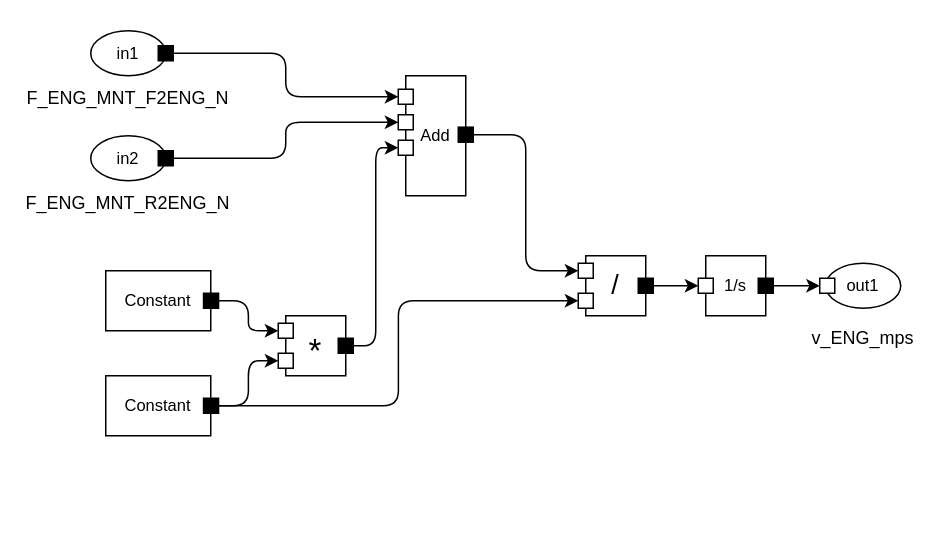
This is page "v_z_carbody" (4 of 9) of METI_Vertical_Vibration.drawio from rellab/JuliaMBD-experiment, a draw.io file, before an edit. Source tidied: cells renumbered, new cells numbered last; positions are measured from the earlier drawing's top-left corner, leaving out a move shared by most shapes. Both pictures are drawn from the tidied source at 150%, with x=0, y=0 at pixel (82, 30).
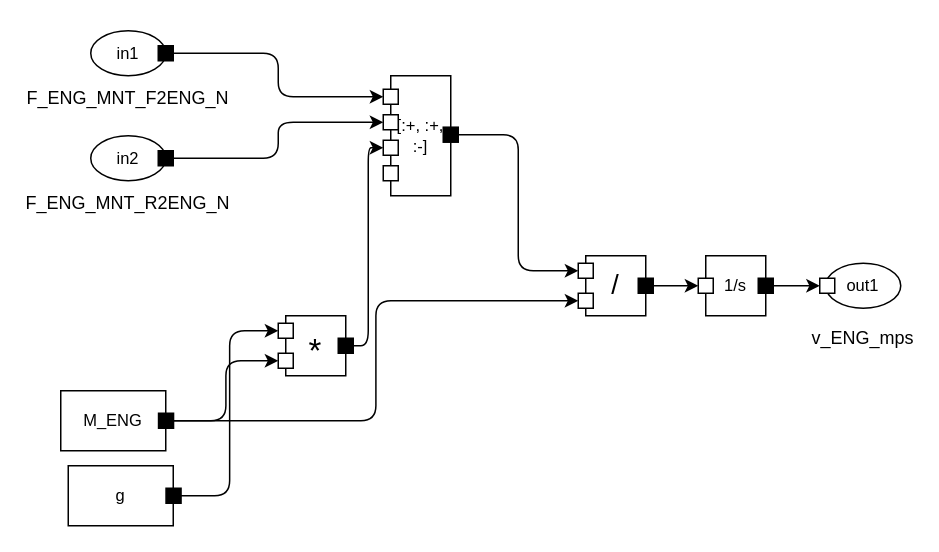
After the change.

Unchanged cells that the change refers to:
```xml
<mxCell id="12" value="&lt;p style=&quot;line-height: 100%;&quot;&gt;&lt;br&gt;&lt;/p&gt;" style="whiteSpace=wrap;html=1;snapToPoint=1;points=[[0,0.5,0,0,0]];noLabel=0;overflow=visible;direction=east;" parent="10" vertex="1">
  <mxGeometry x="-5" y="5" width="10" height="10" as="geometry" />
</mxCell>
<mxCell id="13" value="&lt;p style=&quot;line-height: 100%;&quot;&gt;&lt;br&gt;&lt;/p&gt;" style="whiteSpace=wrap;html=1;snapToPoint=1;points=[[0,0.5,0,0,0]];noLabel=0;overflow=visible;direction=east;" parent="10" vertex="1">
  <mxGeometry x="-5" y="25" width="10" height="10" as="geometry" />
</mxCell>
<mxCell id="16" value="&lt;p style=&quot;line-height: 100%;&quot;&gt;&lt;br&gt;&lt;/p&gt;" style="whiteSpace=wrap;html=1;snapToPoint=1;points=[[0,0.5,0,0,0]];noLabel=0;overflow=visible;direction=east;" parent="14" vertex="1">
  <mxGeometry x="-5" y="5" width="10" height="10" as="geometry" />
</mxCell>
<mxCell id="17" value="&lt;p style=&quot;line-height: 100%;&quot;&gt;&lt;br&gt;&lt;/p&gt;" style="whiteSpace=wrap;html=1;snapToPoint=1;points=[[0,0.5,0,0,0]];noLabel=0;overflow=visible;direction=east;" parent="14" vertex="1">
  <mxGeometry x="-5" y="25" width="10" height="10" as="geometry" />
</mxCell>
```

Diff of the diagram source:
```diff
@@
-    <mxCell id="6" value="&lt;font style=&quot;font-size: 11px;&quot;&gt;Constant&lt;/font&gt;" style="whiteSpace=wrap;html=1;fontSize=11;" parent="1" vertex="1">
-      <mxGeometry x="15" y="160" width="70" height="40" as="geometry" />
-    </mxCell>
-    <mxCell id="7" value="&lt;p style=&quot;line-height: 100%;&quot;&gt;&lt;br&gt;&lt;/p&gt;" style="whiteSpace=wrap;html=1;snapToPoint=1;points=[[1,0.5,0,0,0]];noLabel=0;overflow=visible;fillColor=#000000;" parent="6" vertex="1">
-      <mxGeometry x="65.2" y="15" width="10" height="10" as="geometry" />
-    </mxCell>
-    <mxCell id="8" value="&lt;font style=&quot;font-size: 11px;&quot;&gt;Constant&lt;/font&gt;" style="whiteSpace=wrap;html=1;fontSize=11;" parent="1" vertex="1">
-      <mxGeometry x="15" y="230" width="70" height="40" as="geometry" />
-    </mxCell>
-    <mxCell id="9" value="&lt;p style=&quot;line-height: 100%;&quot;&gt;&lt;br&gt;&lt;/p&gt;" style="whiteSpace=wrap;html=1;snapToPoint=1;points=[[1,0.5,0,0,0]];noLabel=0;overflow=visible;fillColor=#000000;" parent="8" vertex="1">
-      <mxGeometry x="65.2" y="15" width="10" height="10" as="geometry" />
-    </mxCell>
@@
-    <mxCell id="18" value="Add" style="rounded=0;whiteSpace=wrap;html=1;fontSize=11;" parent="1" vertex="1">
-      <mxGeometry x="215" y="30" width="40" height="80" as="geometry" />
-    </mxCell>
-    <mxCell id="19" value="&lt;p style=&quot;line-height: 100%;&quot;&gt;&lt;br&gt;&lt;/p&gt;" style="whiteSpace=wrap;html=1;snapToPoint=1;points=[[1,0.5,0,0,0]];noLabel=0;overflow=visible;fillColor=#000000;" parent="18" vertex="1">
-      <mxGeometry x="35" y="34.3" width="10" height="10" as="geometry" />
-    </mxCell>
-    <mxCell id="20" value="&lt;p style=&quot;line-height: 100%;&quot;&gt;&lt;br&gt;&lt;/p&gt;" style="whiteSpace=wrap;html=1;snapToPoint=1;points=[[0,0.5,0,0,0]];noLabel=0;overflow=visible;direction=east;" parent="18" vertex="1">
-      <mxGeometry x="-5" y="9" width="10" height="10" as="geometry" />
-    </mxCell>
-    <mxCell id="21" value="&lt;p style=&quot;line-height: 100%;&quot;&gt;&lt;br&gt;&lt;/p&gt;" style="whiteSpace=wrap;html=1;snapToPoint=1;points=[[0,0.5,0,0,0]];noLabel=0;overflow=visible;direction=east;" parent="18" vertex="1">
-      <mxGeometry x="-5" y="26" width="10" height="10" as="geometry" />
-    </mxCell>
-    <mxCell id="22" value="&lt;p style=&quot;line-height: 100%;&quot;&gt;&lt;br&gt;&lt;/p&gt;" style="whiteSpace=wrap;html=1;snapToPoint=1;points=[[0,0.5,0,0,0]];noLabel=0;overflow=visible;direction=east;" parent="18" vertex="1">
-      <mxGeometry x="-5" y="43" width="10" height="10" as="geometry" />
-    </mxCell>
-    <mxCell id="23" style="edgeStyle=orthogonalEdgeStyle;html=1;exitX=1;exitY=0.5;exitDx=0;exitDy=0;exitPerimeter=0;entryX=0;entryY=0.5;entryDx=0;entryDy=0;entryPerimeter=0;" parent="1" edge="1" source="7" target="12">
-      <mxGeometry relative="1" as="geometry" />
-    </mxCell>
-    <mxCell id="24" style="edgeStyle=orthogonalEdgeStyle;html=1;exitX=1;exitY=0.5;exitDx=0;exitDy=0;exitPerimeter=0;entryX=0;entryY=0.5;entryDx=0;entryDy=0;entryPerimeter=0;" parent="1" edge="1" source="9" target="13">
-      <mxGeometry relative="1" as="geometry" />
-    </mxCell>
@@
-    <mxCell id="28" style="edgeStyle=orthogonalEdgeStyle;html=1;exitX=1;exitY=0.5;exitDx=0;exitDy=0;exitPerimeter=0;entryX=0;entryY=0.5;entryDx=0;entryDy=0;entryPerimeter=0;" parent="1" edge="1" source="19" target="16">
-      <mxGeometry relative="1" as="geometry" />
-    </mxCell>
-    <mxCell id="29" style="edgeStyle=orthogonalEdgeStyle;html=1;exitX=1;exitY=0.5;exitDx=0;exitDy=0;exitPerimeter=0;entryX=0;entryY=0.5;entryDx=0;entryDy=0;entryPerimeter=0;" parent="1" edge="1" source="9" target="17">
-      <mxGeometry relative="1" as="geometry" />
-    </mxCell>
@@
+    <object id="40" label="%value%" placeholders="1" value="g">
+      <mxCell style="whiteSpace=wrap;html=1;fontSize=11;" parent="1" vertex="1">
+        <mxGeometry x="-10" y="290" width="70" height="40" as="geometry" />
+      </mxCell>
+    </object>
+    <mxCell id="41" value="&lt;p style=&quot;line-height: 100%;&quot;&gt;&lt;br&gt;&lt;/p&gt;" style="whiteSpace=wrap;html=1;snapToPoint=1;points=[[1,0.5,0,0,0]];noLabel=0;overflow=visible;fillColor=#000000;" parent="40" vertex="1">
+      <mxGeometry x="65.2" y="15" width="10" height="10" as="geometry" />
+    </mxCell>
+    <mxCell id="42" style="edgeStyle=orthogonalEdgeStyle;html=1;exitX=1;exitY=0.5;exitDx=0;exitDy=0;exitPerimeter=0;entryX=0;entryY=0.5;entryDx=0;entryDy=0;entryPerimeter=0;" parent="1" edge="1" source="41" target="12">
+      <mxGeometry relative="1" as="geometry" />
+    </mxCell>
+    <object id="43" label="%value%" placeholders="1" value="M_ENG">
+      <mxCell style="whiteSpace=wrap;html=1;fontSize=11;" parent="1" vertex="1">
+        <mxGeometry x="-15" y="240" width="70" height="40" as="geometry" />
+      </mxCell>
+    </object>
+    <mxCell id="44" value="&lt;p style=&quot;line-height: 100%;&quot;&gt;&lt;br&gt;&lt;/p&gt;" style="whiteSpace=wrap;html=1;snapToPoint=1;points=[[1,0.5,0,0,0]];noLabel=0;overflow=visible;fillColor=#000000;" parent="43" vertex="1">
+      <mxGeometry x="65.2" y="15" width="10" height="10" as="geometry" />
+    </mxCell>
+    <mxCell id="45" style="edgeStyle=orthogonalEdgeStyle;html=1;exitX=1;exitY=0.5;exitDx=0;exitDy=0;exitPerimeter=0;entryX=0;entryY=0.5;entryDx=0;entryDy=0;entryPerimeter=0;" parent="1" edge="1" source="44" target="13">
+      <mxGeometry relative="1" as="geometry" />
+    </mxCell>
+    <mxCell id="46" style="edgeStyle=orthogonalEdgeStyle;html=1;exitX=1;exitY=0.5;exitDx=0;exitDy=0;exitPerimeter=0;entryX=0;entryY=0.5;entryDx=0;entryDy=0;entryPerimeter=0;" parent="1" edge="1" source="44" target="17">
+      <mxGeometry relative="1" as="geometry" />
+    </mxCell>
+    <object id="47" label="%signs%" placeholders="1" signs="[:+, :+, :-]">
+      <mxCell style="rounded=0;whiteSpace=wrap;html=1;fontSize=11;" parent="1" vertex="1">
+        <mxGeometry x="205" y="30" width="40" height="80" as="geometry" />
+      </mxCell>
+    </object>
+    <mxCell id="19" value="&lt;p style=&quot;line-height: 100%;&quot;&gt;&lt;br&gt;&lt;/p&gt;" style="whiteSpace=wrap;html=1;snapToPoint=1;points=[[1,0.5,0,0,0]];noLabel=0;overflow=visible;fillColor=#000000;" parent="47" vertex="1">
+      <mxGeometry x="35" y="34.3" width="10" height="10" as="geometry" />
+    </mxCell>
+    <mxCell id="20" value="&lt;p style=&quot;line-height: 100%;&quot;&gt;&lt;br&gt;&lt;/p&gt;" style="whiteSpace=wrap;html=1;snapToPoint=1;points=[[0,0.5,0,0,0]];noLabel=0;overflow=visible;direction=east;" parent="47" vertex="1">
+      <mxGeometry x="-5" y="9" width="10" height="10" as="geometry" />
+    </mxCell>
+    <mxCell id="21" value="&lt;p style=&quot;line-height: 100%;&quot;&gt;&lt;br&gt;&lt;/p&gt;" style="whiteSpace=wrap;html=1;snapToPoint=1;points=[[0,0.5,0,0,0]];noLabel=0;overflow=visible;direction=east;" parent="47" vertex="1">
+      <mxGeometry x="-5" y="26" width="10" height="10" as="geometry" />
+    </mxCell>
+    <mxCell id="22" value="&lt;p style=&quot;line-height: 100%;&quot;&gt;&lt;br&gt;&lt;/p&gt;" style="whiteSpace=wrap;html=1;snapToPoint=1;points=[[0,0.5,0,0,0]];noLabel=0;overflow=visible;direction=east;" parent="47" vertex="1">
+      <mxGeometry x="-5" y="43" width="10" height="10" as="geometry" />
+    </mxCell>
+    <mxCell id="48" value="&lt;p style=&quot;line-height: 100%;&quot;&gt;&lt;br&gt;&lt;/p&gt;" style="whiteSpace=wrap;html=1;noLabel=0;overflow=visible;direction=east;" parent="47" vertex="1">
+      <mxGeometry x="-5" y="60" width="10" height="10" as="geometry" />
+    </mxCell>
+    <mxCell id="28" style="edgeStyle=orthogonalEdgeStyle;html=1;exitX=1;exitY=0.5;exitDx=0;exitDy=0;exitPerimeter=0;entryX=0;entryY=0.5;entryDx=0;entryDy=0;entryPerimeter=0;" parent="1" edge="1" source="19" target="16">
+      <mxGeometry relative="1" as="geometry" />
+    </mxCell>
```
